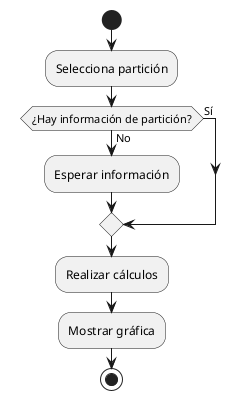
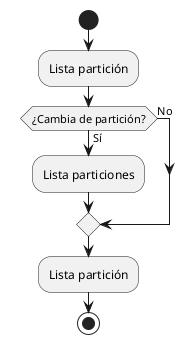
@startuml

start

- :Selecciona partición;
+ :Lista partición;

- if (¿Hay información de partición?) then (Sí)
+ if (¿Cambia de partición?) then (No)

- else (No)
-   :Esperar información;
+ else (Sí)
+   :Lista particiones;

endif

- :Realizar cálculos;
- :Mostrar gráfica;
+ :Lista partición;

stop
@enduml